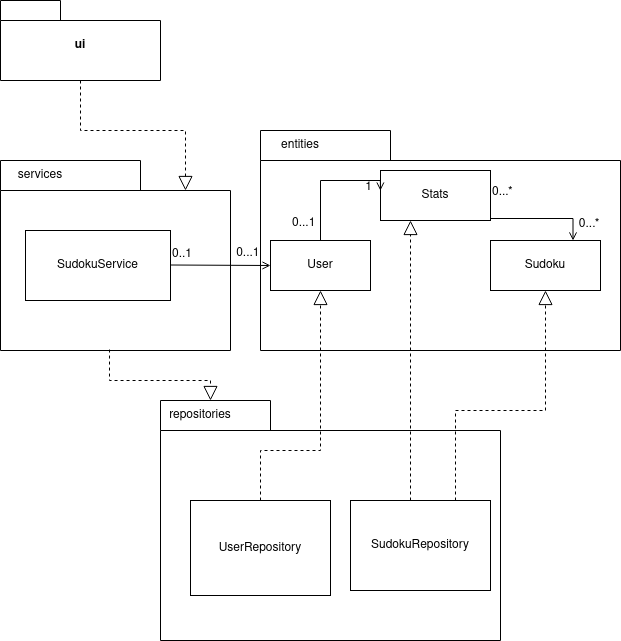
This is dokumentaatio/kuvat/pakkauskaavio.png from jnnhan/ot-harjoitustyo, a draw.io export, as it was before one commit. Source tidied: cells renumbered, new cells last; positions are measured from the earlier drawing's top-left corner, leaving out a move shared by most shapes.
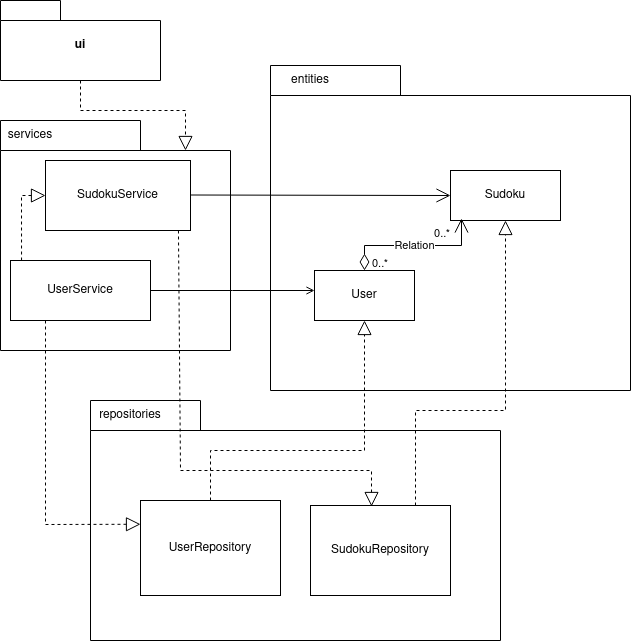
Above is the later version.

Diff of the diagram source:
```diff
@@ -6,132 +6,115 @@
       <mxGeometry width="160" height="80" as="geometry" />
     </mxCell>
     <mxCell id="3" style="shape=folder;fontStyle=1;spacingTop=10;tabWidth=140;tabHeight=30;tabPosition=left;html=1;whiteSpace=wrap;" parent="1" vertex="1">
-      <mxGeometry y="160" width="230" height="190" as="geometry" />
+      <mxGeometry y="120" width="230" height="230" as="geometry" />
     </mxCell>
     <mxCell id="4" style="shape=folder;fontStyle=1;spacingTop=10;tabWidth=130;tabHeight=30;tabPosition=left;html=1;whiteSpace=wrap;" parent="1" vertex="1">
-      <mxGeometry x="260" y="130" width="360" height="220" as="geometry" />
+      <mxGeometry x="270" y="65" width="360" height="325" as="geometry" />
     </mxCell>
     <mxCell id="5" style="shape=folder;fontStyle=1;spacingTop=10;tabWidth=110;tabHeight=30;tabPosition=left;html=1;whiteSpace=wrap;" parent="1" vertex="1">
-      <mxGeometry x="160" y="400" width="340" height="240" as="geometry" />
+      <mxGeometry x="90" y="400" width="410" height="240" as="geometry" />
     </mxCell>
     <mxCell id="6" value="SudokuService" style="html=1;whiteSpace=wrap;" parent="1" vertex="1">
-      <mxGeometry x="25" y="230" width="145" height="70" as="geometry" />
+      <mxGeometry x="45" y="160" width="145" height="70" as="geometry" />
     </mxCell>
-    <mxCell id="7" value="User" style="html=1;whiteSpace=wrap;" parent="1" vertex="1">
-      <mxGeometry x="270" y="240" width="100" height="50" as="geometry" />
-    </mxCell>
     <mxCell id="8" value="Sudoku" style="html=1;whiteSpace=wrap;" parent="1" vertex="1">
-      <mxGeometry x="490" y="240" width="110" height="50" as="geometry" />
+      <mxGeometry x="450" y="170" width="110" height="50" as="geometry" />
     </mxCell>
     <mxCell id="9" value="UserRepository" style="html=1;whiteSpace=wrap;" parent="1" vertex="1">
-      <mxGeometry x="190" y="500" width="140" height="95" as="geometry" />
+      <mxGeometry x="140" y="500" width="140" height="95" as="geometry" />
     </mxCell>
     <mxCell id="10" value="SudokuRepository" style="html=1;whiteSpace=wrap;" parent="1" vertex="1">
-      <mxGeometry x="350" y="500" width="140" height="90" as="geometry" />
+      <mxGeometry x="310" y="505" width="140" height="90" as="geometry" />
     </mxCell>
-    <mxCell id="11" value="Stats" style="html=1;whiteSpace=wrap;" parent="1" vertex="1">
-      <mxGeometry x="380" y="170" width="110" height="50" as="geometry" />
-    </mxCell>
     <mxCell id="12" value="services" style="text;html=1;strokeColor=none;fillColor=none;align=center;verticalAlign=middle;whiteSpace=wrap;rounded=0;" parent="1" vertex="1">
-      <mxGeometry x="10" y="160" width="60" height="30" as="geometry" />
+      <mxGeometry y="120" width="60" height="30" as="geometry" />
     </mxCell>
     <mxCell id="13" value="entities" style="text;html=1;strokeColor=none;fillColor=none;align=center;verticalAlign=middle;whiteSpace=wrap;rounded=0;" parent="1" vertex="1">
-      <mxGeometry x="270" y="130" width="60" height="30" as="geometry" />
+      <mxGeometry x="280" y="65" width="60" height="30" as="geometry" />
     </mxCell>
     <mxCell id="14" value="repositories" style="text;html=1;strokeColor=none;fillColor=none;align=center;verticalAlign=middle;whiteSpace=wrap;rounded=0;" parent="1" vertex="1">
-      <mxGeometry x="170" y="400" width="60" height="30" as="geometry" />
+      <mxGeometry x="100" y="400" width="60" height="30" as="geometry" />
     </mxCell>
     <mxCell id="15" style="endArrow=block;dashed=1;endFill=0;endSize=12;html=1;rounded=0;exitX=0.5;exitY=1;exitDx=0;exitDy=0;exitPerimeter=0;entryX=0;entryY=0;entryDx=185;entryDy=30;entryPerimeter=0;" parent="1" edge="1" source="2" target="3">
       <mxGeometry relative="1" as="geometry">
         <Array as="points">
-          <mxPoint x="80" y="130" />
+          <mxPoint x="80" y="110" />
+          <mxPoint x="185" y="110" />
           <mxPoint x="185" y="130" />
         </Array>
       </mxGeometry>
     </mxCell>
-    <mxCell id="16" style="endArrow=block;dashed=1;endFill=0;endSize=12;html=1;rounded=0;exitX=0.474;exitY=0.995;exitDx=0;exitDy=0;exitPerimeter=0;" parent="1" edge="1" source="3">
+    <mxCell id="16" style="endArrow=block;dashed=1;endFill=0;endSize=12;html=1;rounded=0;exitX=0.25;exitY=1;exitDx=0;exitDy=0;entryX=0;entryY=0.25;entryDx=0;entryDy=0;" parent="1" edge="1" source="29" target="9">
       <mxGeometry relative="1" as="geometry">
-        <mxPoint x="210" y="400" as="targetPoint" />
         <Array as="points">
-          <mxPoint x="109" y="380" />
-          <mxPoint x="210" y="380" />
+          <mxPoint x="45" y="524" />
         </Array>
       </mxGeometry>
     </mxCell>
     <mxCell id="17" style="endArrow=block;dashed=1;endFill=0;endSize=12;html=1;rounded=0;exitX=0.5;exitY=0;exitDx=0;exitDy=0;entryX=0.5;entryY=1;entryDx=0;entryDy=0;" parent="1" edge="1" source="9" target="7">
       <mxGeometry relative="1" as="geometry">
         <Array as="points">
-          <mxPoint x="260" y="450" />
-          <mxPoint x="320" y="450" />
+          <mxPoint x="210" y="450" />
+          <mxPoint x="364" y="450" />
         </Array>
       </mxGeometry>
     </mxCell>
     <mxCell id="18" style="endArrow=block;dashed=1;endFill=0;endSize=12;html=1;rounded=0;exitX=0.75;exitY=0;exitDx=0;exitDy=0;entryX=0.5;entryY=1;entryDx=0;entryDy=0;" parent="1" edge="1" source="10" target="8">
       <mxGeometry relative="1" as="geometry">
         <Array as="points">
-          <mxPoint x="455" y="410" />
-          <mxPoint x="545" y="410" />
+          <mxPoint x="415" y="410" />
+          <mxPoint x="505" y="410" />
         </Array>
       </mxGeometry>
     </mxCell>
-    <mxCell id="19" style="endArrow=block;dashed=1;endFill=0;endSize=12;html=1;rounded=0;" parent="1" edge="1">
+    <mxCell id="19" style="endArrow=block;dashed=1;endFill=0;endSize=12;html=1;rounded=0;exitX=0.917;exitY=1;exitDx=0;exitDy=0;exitPerimeter=0;entryX=0.436;entryY=0.011;entryDx=0;entryDy=0;entryPerimeter=0;" parent="1" edge="1" source="6" target="10">
       <mxGeometry relative="1" as="geometry">
-        <mxPoint x="410" y="500" as="sourcePoint" />
-        <mxPoint x="410" y="220" as="targetPoint" />
         <Array as="points">
-          <mxPoint x="410" y="470" />
+          <mxPoint x="180" y="470" />
+          <mxPoint x="371" y="470" />
         </Array>
       </mxGeometry>
     </mxCell>
-    <mxCell id="20" style="endArrow=open;shadow=0;strokeWidth=1;rounded=0;endFill=1;edgeStyle=elbowEdgeStyle;elbow=vertical;entryX=0;entryY=0.5;entryDx=0;entryDy=0;" parent="1" edge="1" target="7">
-      <mxGeometry x="0.5" y="41" relative="1" as="geometry">
-        <mxPoint x="170" y="264.5" as="sourcePoint" />
-        <mxPoint x="-40" y="32" as="offset" />
-      </mxGeometry>
-    </mxCell>
-    <mxCell id="21" value="0..1" style="align=left;verticalAlign=bottom;labelBackgroundColor=none;fontSize=12;" parent="20" vertex="1">
-      <mxGeometry x="-1" relative="1" as="geometry">
-        <mxPoint y="-4" as="offset" />
-      </mxGeometry>
-    </mxCell>
-    <mxCell id="22" value="0...1" style="align=right;verticalAlign=bottom;labelBackgroundColor=none;fontSize=12;" parent="20" vertex="1">
-      <mxGeometry x="1" relative="1" as="geometry">
-        <mxPoint x="-10" y="-5" as="offset" />
-      </mxGeometry>
-    </mxCell>
-    <mxCell id="23" style="endArrow=open;shadow=0;strokeWidth=1;rounded=0;endFill=1;edgeStyle=elbowEdgeStyle;elbow=vertical;exitX=0.5;exitY=0;exitDx=0;exitDy=0;entryX=0.333;entryY=0.273;entryDx=0;entryDy=0;entryPerimeter=0;" parent="1" edge="1" source="7" target="4">
-      <mxGeometry x="0.5" y="41" relative="1" as="geometry">
-        <Array as="points">
-          <mxPoint x="350" y="180" />
-          <mxPoint x="320" y="210" />
-        </Array>
-        <mxPoint x="-40" y="32" as="offset" />
-      </mxGeometry>
-    </mxCell>
-    <mxCell id="24" value="0...1" style="align=left;verticalAlign=bottom;labelBackgroundColor=none;fontSize=12;" parent="23" vertex="1">
-      <mxGeometry x="-1" relative="1" as="geometry">
-        <mxPoint x="-30" y="-10" as="offset" />
-      </mxGeometry>
-    </mxCell>
-    <mxCell id="25" value="1" style="align=right;verticalAlign=bottom;labelBackgroundColor=none;fontSize=12;" parent="23" vertex="1">
-      <mxGeometry x="1" relative="1" as="geometry">
-        <mxPoint x="-7" y="4" as="offset" />
-      </mxGeometry>
-    </mxCell>
-    <mxCell id="26" style="endArrow=open;shadow=0;strokeWidth=1;rounded=0;endFill=1;edgeStyle=elbowEdgeStyle;elbow=vertical;exitX=1;exitY=0.5;exitDx=0;exitDy=0;entryX=0.75;entryY=0;entryDx=0;entryDy=0;" parent="1" edge="1" source="11" target="8">
-      <mxGeometry x="0.5" y="41" relative="1" as="geometry">
-        <mxPoint x="-40" y="32" as="offset" />
-      </mxGeometry>
-    </mxCell>
-    <mxCell id="27" value="0...*" style="align=left;verticalAlign=bottom;labelBackgroundColor=none;fontSize=12;" parent="26" vertex="1">
-      <mxGeometry x="-1" relative="1" as="geometry">
-        <mxPoint y="4" as="offset" />
-      </mxGeometry>
-    </mxCell>
-    <mxCell id="28" value="0...*" style="align=right;verticalAlign=bottom;labelBackgroundColor=none;fontSize=12;" parent="26" vertex="1">
-      <mxGeometry x="1" relative="1" as="geometry">
-        <mxPoint x="28" y="-10" as="offset" />
-      </mxGeometry>
-    </mxCell>
+    <mxCell id="29" value="UserService" style="html=1;whiteSpace=wrap;" parent="1" vertex="1">
+      <mxGeometry x="10" y="260" width="140" height="60" as="geometry" />
+    </mxCell>
+    <mxCell id="30" style="endArrow=block;dashed=1;endFill=0;endSize=12;html=1;rounded=0;" parent="1" edge="1" source="3">
+      <mxGeometry relative="1" as="geometry">
+        <mxPoint x="230" y="230" as="targetPoint" />
+      </mxGeometry>
+    </mxCell>
+    <mxCell id="31" style="endArrow=block;dashed=1;endFill=0;endSize=12;html=1;rounded=0;entryX=0;entryY=0.5;entryDx=0;entryDy=0;exitX=0.079;exitY=0;exitDx=0;exitDy=0;exitPerimeter=0;" parent="1" edge="1" source="29" target="6">
+      <mxGeometry relative="1" as="geometry">
+        <Array as="points">
+          <mxPoint x="21" y="195" />
+        </Array>
+      </mxGeometry>
+    </mxCell>
+    <mxCell id="32" style="endArrow=open;shadow=0;strokeWidth=1;rounded=0;endFill=1;edgeStyle=elbowEdgeStyle;elbow=vertical;exitX=1;exitY=0.5;exitDx=0;exitDy=0;" parent="1" edge="1" source="29" target="7">
+      <mxGeometry x="0.5" y="41" relative="1" as="geometry">
+        <mxPoint x="-40" y="32" as="offset" />
+      </mxGeometry>
+    </mxCell>
+    <mxCell id="7" value="User" style="html=1;whiteSpace=wrap;" parent="1" vertex="1">
+      <mxGeometry x="314" y="270" width="100" height="50" as="geometry" />
+    </mxCell>
+    <mxCell id="33" style="endArrow=open;endFill=1;endSize=12;html=1;rounded=0;entryX=0;entryY=0.5;entryDx=0;entryDy=0;" parent="1" edge="1" target="8">
+      <mxGeometry relative="1" as="geometry">
+        <mxPoint x="190" y="194.5" as="sourcePoint" />
+      </mxGeometry>
+    </mxCell>
+    <mxCell id="34" value="Relation" style="endArrow=open;html=1;endSize=12;startArrow=diamondThin;startSize=14;startFill=0;edgeStyle=orthogonalEdgeStyle;rounded=0;exitX=0.5;exitY=0;exitDx=0;exitDy=0;entryX=0.1;entryY=0.96;entryDx=0;entryDy=0;entryPerimeter=0;" parent="1" edge="1" source="7" target="8">
+      <mxGeometry relative="1" as="geometry" />
+    </mxCell>
+    <mxCell id="35" value="0..*" style="edgeLabel;html=1;align=left;verticalAlign=top;" parent="34" vertex="1">
+      <mxGeometry x="-1" relative="1" as="geometry">
+        <mxPoint x="6" y="-20" as="offset" />
+      </mxGeometry>
+    </mxCell>
+    <mxCell id="36" value="0..*" style="edgeLabel;html=1;align=right;verticalAlign=top;" parent="34" vertex="1">
+      <mxGeometry x="1" relative="1" as="geometry">
+        <mxPoint x="-11" y="2" as="offset" />
+      </mxGeometry>
+    </mxCell>
   </root>
 </mxGraphModel>
```
